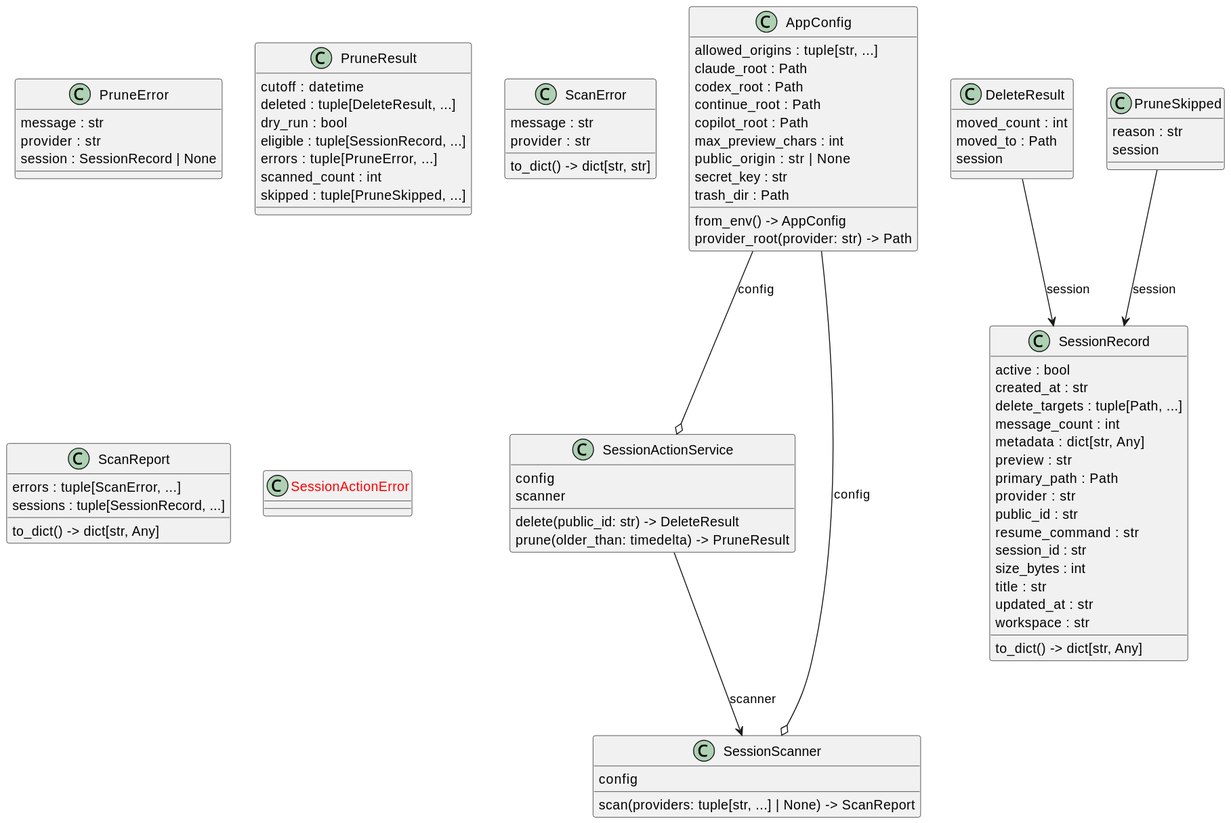
Above: docs/diagrams/python-classes.puml.svg in casonk/session-control (PlantUML), before the change.
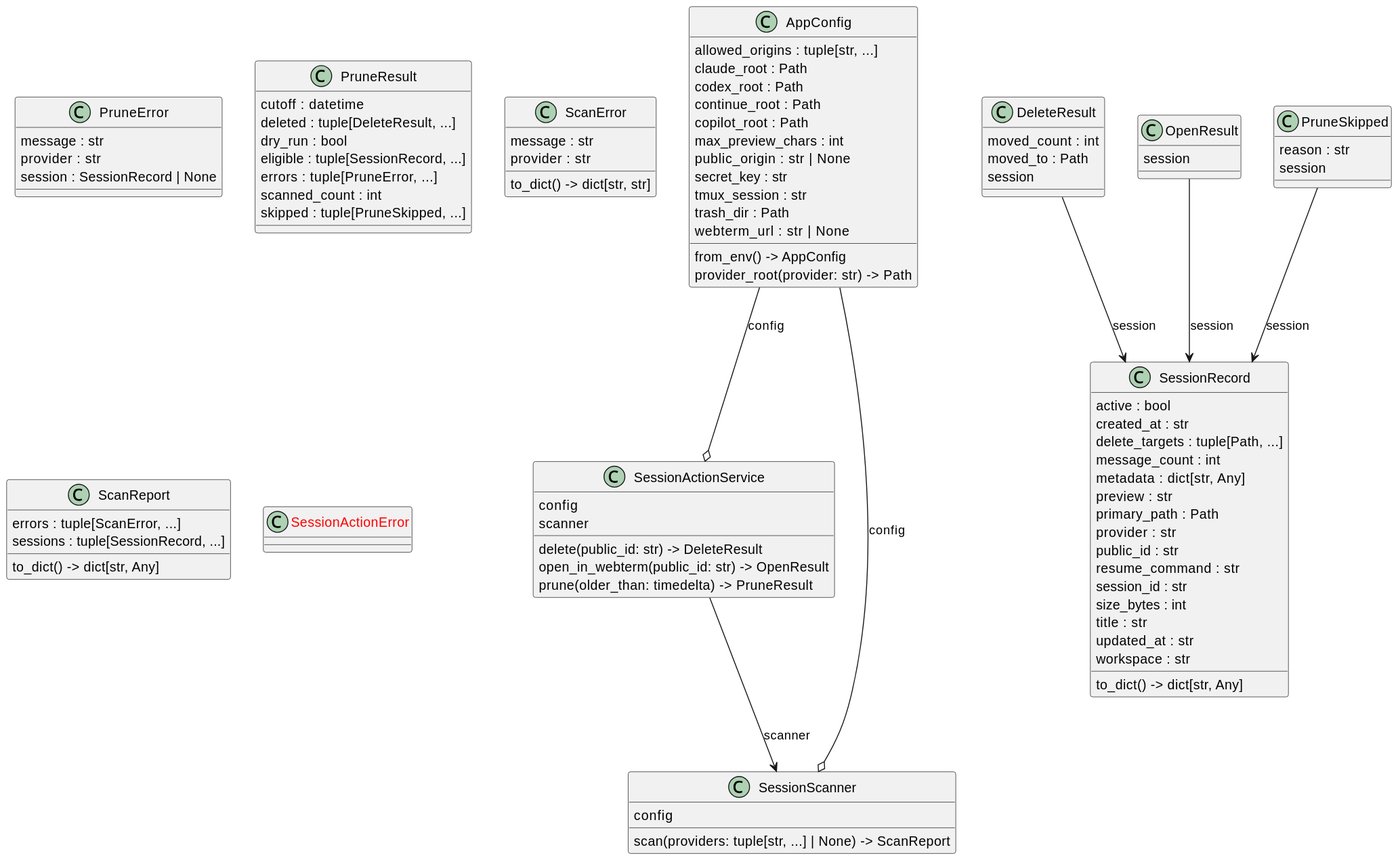
The same file after the commit.

Commit message:
feat(actions): add session delete and config extension with UI updates

What changed in the source:
```diff
@@ -9,13 +9,18 @@
   max_preview_chars : int
   public_origin : str | None
   secret_key : str
+  tmux_session : str
   trash_dir : Path
+  webterm_url : str | None
   from_env() -> AppConfig
   provider_root(provider: str) -> Path
 }
 class "DeleteResult" as session_control.actions.DeleteResult {
   moved_count : int
   moved_to : Path
+  session
+}
+class "OpenResult" as session_control.actions.OpenResult {
   session
 }
 class "PruneError" as session_control.actions.PruneError {
@@ -52,6 +57,7 @@
   config
   scanner
   delete(public_id: str) -> DeleteResult
+  open_in_webterm(public_id: str) -> OpenResult
   prune(older_than: timedelta) -> PruneResult
 }
 class "SessionRecord" as session_control.models.SessionRecord {
@@ -77,6 +83,7 @@
   scan(providers: tuple[str, ...] | None) -> ScanReport
 }
 session_control.actions.DeleteResult --> session_control.models.SessionRecord : session
+session_control.actions.OpenResult --> session_control.models.SessionRecord : session
 session_control.actions.PruneSkipped --> session_control.models.SessionRecord : session
 session_control.actions.SessionActionService --> session_control.scanner.SessionScanner : scanner
 session_control.config.AppConfig --o session_control.actions.SessionActionService : config
```
